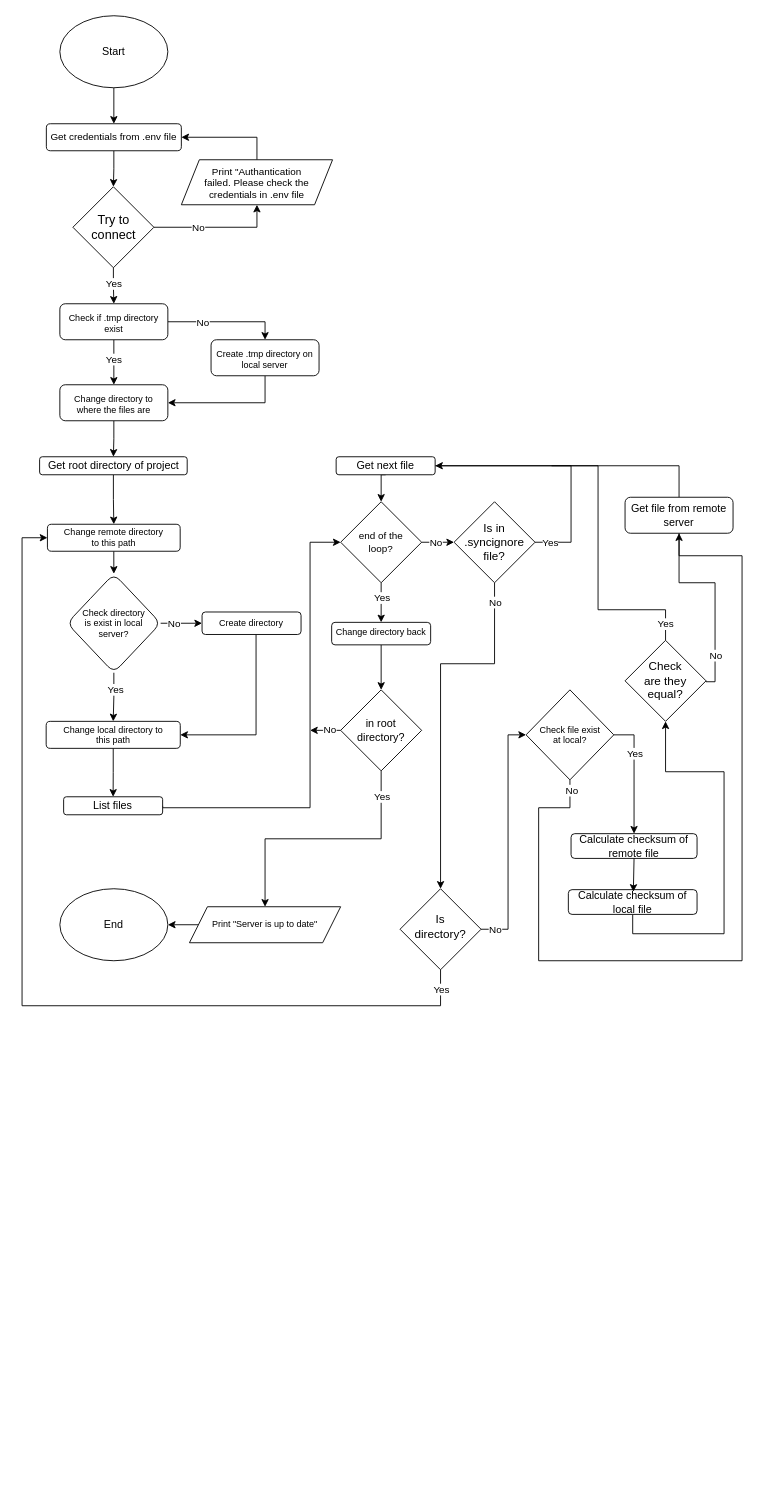
Before: sync.drawio in melihkaragoz/docs, a draw.io diagram. Source tidied: cells renumbered, new cells numbered last; positions are measured from the earlier drawing's top-left corner, leaving out a move shared by most shapes. Both pictures are drawn from the tidied source at 90%, with x=0, y=0 at pixel (22, 15).
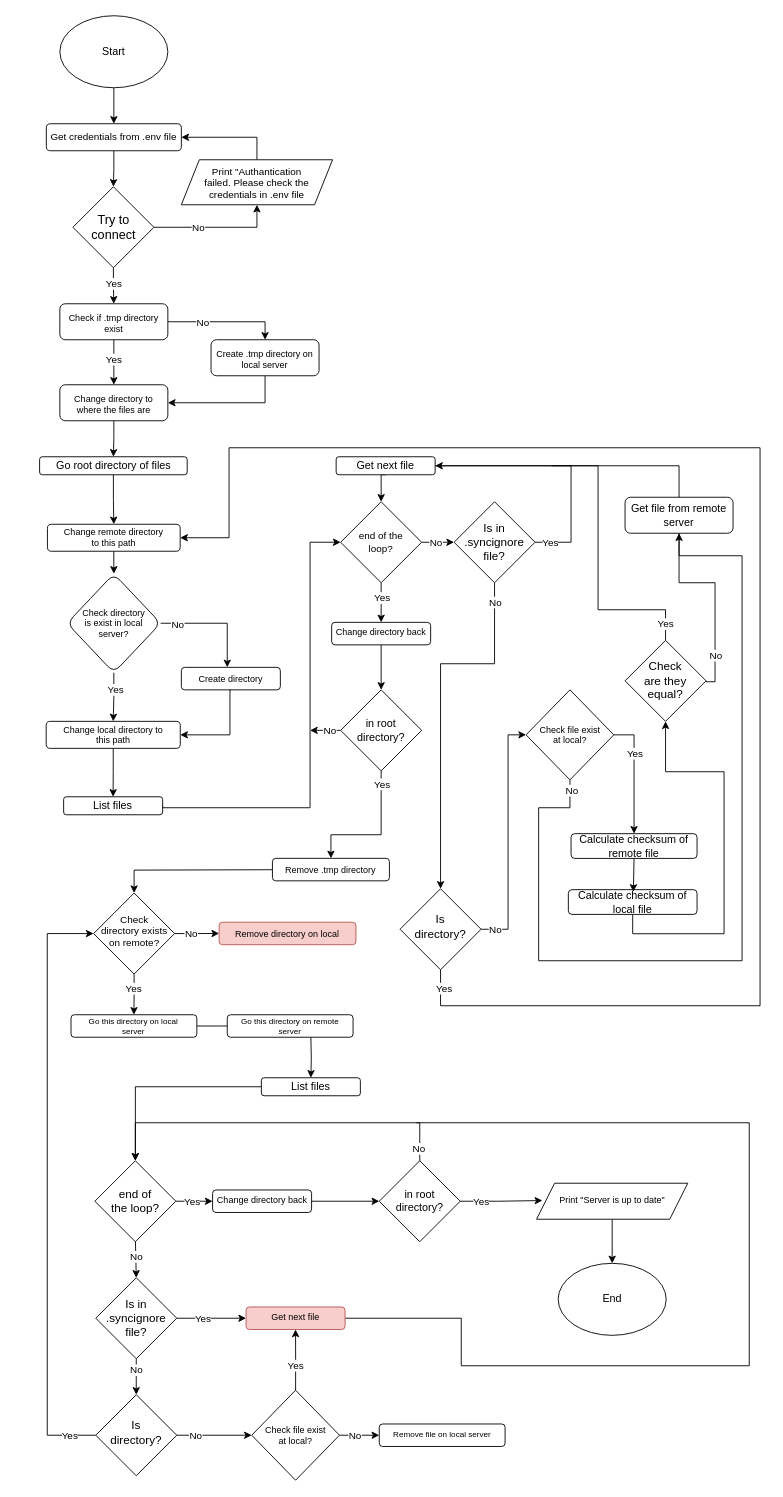
The same diagram, later.

Unchanged cells that the change refers to:
```xml
<mxCell id="54" value="Is directory?" style="rhombus;whiteSpace=wrap;html=1;fontSize=13;spacing=18;spacingBottom=6;" parent="1" vertex="1">
  <mxGeometry x="420" y="970" width="90" height="90" as="geometry" />
</mxCell>
<mxCell id="59" value="Check directory is exist in local server?" style="rhombus;whiteSpace=wrap;html=1;rounded=1;glass=0;strokeWidth=1;shadow=0;fontSize=10;spacing=15;" parent="1" vertex="1">
  <mxGeometry x="50" y="620" width="104" height="110" as="geometry" />
</mxCell>
<mxCell id="65" value="Change local directory to this path" style="whiteSpace=wrap;html=1;fontSize=10;rounded=1;glass=0;strokeWidth=1;shadow=0;spacing=15;" parent="1" vertex="1">
  <mxGeometry x="26.8" y="784" width="149" height="30" as="geometry" />
</mxCell>
<mxCell id="67" value="Change remote directory to this path" style="whiteSpace=wrap;html=1;fontSize=10;rounded=1;glass=0;strokeWidth=1;shadow=0;spacing=15;" parent="1" vertex="1">
  <mxGeometry x="28.2" y="565" width="147.5" height="30" as="geometry" />
</mxCell>
<mxCell id="72" style="edgeStyle=orthogonalEdgeStyle;rounded=0;jettySize=auto;html=1;exitX=0;exitY=0.5;exitDx=0;exitDy=0;endArrow=classic;endFill=1;" parent="1" edge="1" source="74">
  <mxGeometry relative="1" as="geometry">
    <mxPoint x="320" y="794" as="targetPoint" />
  </mxGeometry>
</mxCell>
<mxCell id="74" value="in root directory?" style="rhombus;whiteSpace=wrap;html=1;fontSize=12;spacing=11;" parent="1" vertex="1">
  <mxGeometry x="354" y="749" width="90" height="90" as="geometry" />
</mxCell>
```

What changed in the source:
```diff
@@
-    <mxCell id="16" value="Get root directory of project" style="rounded=1;whiteSpace=wrap;html=1;fontSize=12;glass=0;strokeWidth=1;shadow=0;" parent="1" vertex="1">
+    <mxCell id="16" value="Go root directory of files" style="rounded=1;whiteSpace=wrap;html=1;fontSize=12;glass=0;strokeWidth=1;shadow=0;" parent="1" vertex="1">
       <mxGeometry x="19.5" y="490" width="164" height="20" as="geometry" />
     </mxCell>
@@
     <mxCell id="22" value="End" style="ellipse;whiteSpace=wrap;html=1;" parent="1" vertex="1">
-      <mxGeometry x="42" y="970" width="120" height="80" as="geometry" />
+      <mxGeometry x="595.7" y="1386.2" width="120" height="80" as="geometry" />
     </mxCell>
@@
-    <mxCell id="50" style="edgeStyle=orthogonalEdgeStyle;rounded=0;jettySize=auto;html=1;exitX=0;exitY=0.5;exitDx=0;exitDy=0;entryX=1;entryY=0.5;entryDx=0;entryDy=0;" parent="1" edge="1" source="51" target="22">
+    <mxCell id="50" style="edgeStyle=orthogonalEdgeStyle;rounded=0;jettySize=auto;html=1;exitX=0.5;exitY=1;exitDx=0;exitDy=0;entryX=0.5;entryY=0;entryDx=0;entryDy=0;" parent="1" edge="1" source="51" target="22">
       <mxGeometry relative="1" as="geometry" />
     </mxCell>
     <mxCell id="51" value="Print &quot;Server is up to date&quot;" style="shape=parallelogram;perimeter=parallelogramPerimeter;fixedSize=1;align=center;fontSize=10;verticalAlign=middle;whiteSpace=wrap;html=1;fontFamily=Helvetica;fontStyle=0;spacingTop=2;spacing=21;spacingBottom=4;" parent="1" vertex="1">
-      <mxGeometry x="186" y="990" width="168" height="40" as="geometry" />
+      <mxGeometry x="571.7" y="1297.2" width="168" height="40" as="geometry" />
     </mxCell>
-    <mxCell id="52" style="edgeStyle=orthogonalEdgeStyle;rounded=0;jettySize=auto;html=1;entryX=0;entryY=0.5;entryDx=0;entryDy=0;exitX=0.5;exitY=1;exitDx=0;exitDy=0;" parent="1" edge="1" source="54" target="67">
+    <mxCell id="52" style="edgeStyle=orthogonalEdgeStyle;rounded=0;jettySize=auto;html=1;entryX=1;entryY=0.5;entryDx=0;entryDy=0;exitX=0.5;exitY=1;exitDx=0;exitDy=0;" parent="1" edge="1" source="54" target="67">
       <mxGeometry relative="1" as="geometry">
         <Array as="points">
           <mxPoint x="465" y="1100" />
-          <mxPoint y="1100" />
-          <mxPoint y="580" />
+          <mxPoint x="820" y="1100" />
+          <mxPoint x="820" y="480" />
+          <mxPoint x="230" y="480" />
+          <mxPoint x="230" y="580" />
         </Array>
       </mxGeometry>
     </mxCell>
     <mxCell id="53" value="Yes" style="edgeLabel;html=1;align=center;verticalAlign=middle;" parent="52" vertex="1">
       <mxGeometry x="-0.95" relative="1" as="geometry">
-        <mxPoint y="-5" as="offset" />
+        <mxPoint x="-1" y="-20" as="offset" />
       </mxGeometry>
     </mxCell>
@@
     <mxCell id="57" style="edgeStyle=orthogonalEdgeStyle;rounded=0;jettySize=auto;html=1;" parent="1" edge="1" source="59" target="61">
-      <mxGeometry relative="1" as="geometry" />
+      <mxGeometry relative="1" as="geometry">
+        <Array as="points">
+          <mxPoint x="228" y="675" />
+        </Array>
+      </mxGeometry>
     </mxCell>
     <mxCell id="58" value="No" style="edgeLabel;html=1;align=center;verticalAlign=middle;" parent="57" vertex="1">
       <mxGeometry x="-0.26" y="-2" relative="1" as="geometry">
-        <mxPoint x="-3" y="-2" as="offset" />
+        <mxPoint x="-28" y="-1" as="offset" />
       </mxGeometry>
     </mxCell>
@@
-    <mxCell id="60" style="edgeStyle=orthogonalEdgeStyle;rounded=0;jettySize=auto;html=1;entryX=1;entryY=0.5;entryDx=0;entryDy=0;" parent="1" edge="1" source="61" target="65">
+    <mxCell id="60" style="edgeStyle=orthogonalEdgeStyle;rounded=0;jettySize=auto;html=1;entryX=1;entryY=0.5;entryDx=0;entryDy=0;exitX=0.5;exitY=1;exitDx=0;exitDy=0;" parent="1" edge="1" source="61" target="65">
       <mxGeometry relative="1" as="geometry">
         <Array as="points">
-          <mxPoint x="260" y="799" />
+          <mxPoint x="231" y="799" />
         </Array>
       </mxGeometry>
     </mxCell>
     <mxCell id="61" value="Create directory" style="whiteSpace=wrap;html=1;fontSize=10;rounded=1;glass=0;strokeWidth=1;shadow=0;spacing=15;" parent="1" vertex="1">
-      <mxGeometry x="200" y="662.5" width="110" height="25" as="geometry" />
+      <mxGeometry x="177" y="724" width="110" height="25" as="geometry" />
     </mxCell>
@@
-    <mxCell id="70" style="edgeStyle=orthogonalEdgeStyle;rounded=0;jettySize=auto;html=1;exitX=0.5;exitY=1;exitDx=0;exitDy=0;entryX=0.5;entryY=0;entryDx=0;entryDy=0;" parent="1" edge="1" source="74" target="51">
-      <mxGeometry relative="1" as="geometry" />
+    <mxCell id="70" style="edgeStyle=orthogonalEdgeStyle;rounded=0;jettySize=auto;html=1;exitX=0.5;exitY=1;exitDx=0;exitDy=0;entryX=0.5;entryY=0;entryDx=0;entryDy=0;" parent="1" edge="1" source="74" target="81">
+      <mxGeometry relative="1" as="geometry">
+        <Array as="points">
+          <mxPoint x="399" y="910" />
+          <mxPoint x="343" y="910" />
+        </Array>
+      </mxGeometry>
     </mxCell>
     <mxCell id="71" value="Yes" style="edgeLabel;html=1;align=center;verticalAlign=middle;" parent="70" vertex="1">
       <mxGeometry x="-0.2" relative="1" as="geometry">
-        <mxPoint x="37" y="-47" as="offset" />
+        <mxPoint y="-47" as="offset" />
       </mxGeometry>
     </mxCell>
@@
     <mxCell id="73" value="No" style="edgeLabel;html=1;align=center;verticalAlign=middle;" parent="72" vertex="1">
       <mxGeometry x="-0.12" y="1" relative="1" as="geometry">
-        <mxPoint x="2" y="-2" as="offset" />
+        <mxPoint x="2" y="-1" as="offset" />
       </mxGeometry>
     </mxCell>
@@
+    <mxCell id="80" style="edgeStyle=orthogonalEdgeStyle;rounded=0;jettySize=auto;html=1;exitX=0;exitY=0.5;exitDx=0;exitDy=0;entryX=0.5;entryY=0;entryDx=0;entryDy=0;" parent="1" edge="1" target="86">
+      <mxGeometry relative="1" as="geometry">
+        <mxPoint x="301.2" y="948.8" as="sourcePoint" />
+      </mxGeometry>
+    </mxCell>
+    <mxCell id="81" value="Remove .tmp directory" style="whiteSpace=wrap;html=1;fontSize=10;rounded=1;glass=0;strokeWidth=1;shadow=0;spacing=15;" parent="1" vertex="1">
+      <mxGeometry x="278.2" y="936.2" width="130" height="25" as="geometry" />
+    </mxCell>
+    <mxCell id="82" style="edgeStyle=orthogonalEdgeStyle;rounded=0;jettySize=auto;html=1;exitX=1;exitY=0.5;exitDx=0;exitDy=0;entryX=0;entryY=0.5;entryDx=0;entryDy=0;" parent="1" edge="1" source="86" target="87">
+      <mxGeometry relative="1" as="geometry" />
+    </mxCell>
+    <mxCell id="83" value="No" style="edgeLabel;html=1;align=center;verticalAlign=middle;" parent="82" vertex="1">
+      <mxGeometry x="-0.26" y="2" relative="1" as="geometry">
+        <mxPoint y="2" as="offset" />
+      </mxGeometry>
+    </mxCell>
+    <mxCell id="84" style="edgeStyle=orthogonalEdgeStyle;rounded=0;jettySize=auto;html=1;exitX=0.5;exitY=1;exitDx=0;exitDy=0;entryX=0.5;entryY=0;entryDx=0;entryDy=0;" parent="1" edge="1" source="86" target="89">
+      <mxGeometry relative="1" as="geometry" />
+    </mxCell>
+    <mxCell id="85" value="Yes" style="edgeLabel;html=1;align=center;verticalAlign=middle;" parent="84" vertex="1">
+      <mxGeometry x="-0.3" y="1" relative="1" as="geometry">
+        <mxPoint x="-2" as="offset" />
+      </mxGeometry>
+    </mxCell>
+    <mxCell id="86" value="Check directory exists on remote?" style="rhombus;whiteSpace=wrap;html=1;fontSize=11;spacing=9;spacingBottom=6;spacingRight=0;" parent="1" vertex="1">
+      <mxGeometry x="79.5" y="974.8" width="90" height="90" as="geometry" />
+    </mxCell>
+    <mxCell id="87" value="Remove directory on local" style="whiteSpace=wrap;html=1;fontSize=10;rounded=1;glass=0;strokeWidth=1;shadow=0;spacing=15;fillColor=#f8cecc;strokeColor=#b85450;" parent="1" vertex="1">
+      <mxGeometry x="219" y="1007.2" width="152" height="25" as="geometry" />
+    </mxCell>
+    <mxCell id="88" style="edgeStyle=orthogonalEdgeStyle;rounded=0;jettySize=auto;html=1;exitX=1;exitY=0.5;exitDx=0;exitDy=0;entryX=0;entryY=0.5;entryDx=0;entryDy=0;" parent="1" edge="1" source="89">
+      <mxGeometry relative="1" as="geometry">
+        <mxPoint x="251" y="1122.5" as="targetPoint" />
+      </mxGeometry>
+    </mxCell>
+    <mxCell id="89" value="Go this directory on local server" style="whiteSpace=wrap;html=1;fontSize=9;rounded=1;glass=0;strokeWidth=1;shadow=0;spacing=15;" parent="1" vertex="1">
+      <mxGeometry x="54.4" y="1110" width="139.8" height="25" as="geometry" />
+    </mxCell>
+    <mxCell id="90" style="edgeStyle=orthogonalEdgeStyle;rounded=0;jettySize=auto;html=1;exitX=0.5;exitY=1;exitDx=0;exitDy=0;entryX=0.5;entryY=0;entryDx=0;entryDy=0;" parent="1" edge="1" target="93">
+      <mxGeometry relative="1" as="geometry">
+        <mxPoint x="320.9" y="1135" as="sourcePoint" />
+      </mxGeometry>
+    </mxCell>
+    <mxCell id="91" value="Go this directory on remote server" style="whiteSpace=wrap;html=1;fontSize=9;rounded=1;glass=0;strokeWidth=1;shadow=0;spacing=15;" parent="1" vertex="1">
+      <mxGeometry x="228" y="1110" width="139.8" height="25" as="geometry" />
+    </mxCell>
+    <mxCell id="92" style="edgeStyle=orthogonalEdgeStyle;rounded=0;jettySize=auto;html=1;exitX=0;exitY=0.5;exitDx=0;exitDy=0;entryX=0.5;entryY=0;entryDx=0;entryDy=0;" parent="1" edge="1" source="93" target="114">
+      <mxGeometry relative="1" as="geometry" />
+    </mxCell>
+    <mxCell id="93" value="List files" style="rounded=1;whiteSpace=wrap;html=1;fontSize=12;glass=0;strokeWidth=1;shadow=0;" parent="1" vertex="1">
+      <mxGeometry x="265.9" y="1180" width="110" height="20" as="geometry" />
+    </mxCell>
+    <mxCell id="94" style="edgeStyle=orthogonalEdgeStyle;rounded=0;jettySize=auto;html=1;exitX=0.5;exitY=1;exitDx=0;exitDy=0;entryX=0.5;entryY=0;entryDx=0;entryDy=0;" parent="1" edge="1" source="98" target="103">
+      <mxGeometry relative="1" as="geometry" />
+    </mxCell>
+    <mxCell id="95" value="No" style="edgeLabel;html=1;align=center;verticalAlign=middle;" parent="94" vertex="1">
+      <mxGeometry x="-0.41" relative="1" as="geometry" />
+    </mxCell>
+    <mxCell id="96" style="edgeStyle=orthogonalEdgeStyle;rounded=0;jettySize=auto;html=1;exitX=1;exitY=0.5;exitDx=0;exitDy=0;entryX=0;entryY=0.5;entryDx=0;entryDy=0;" parent="1" edge="1" source="98" target="123">
+      <mxGeometry relative="1" as="geometry" />
+    </mxCell>
+    <mxCell id="97" value="Yes" style="edgeLabel;html=1;align=center;verticalAlign=middle;" parent="96" vertex="1">
+      <mxGeometry x="-0.26" relative="1" as="geometry">
+        <mxPoint x="1" as="offset" />
+      </mxGeometry>
+    </mxCell>
+    <mxCell id="98" value="Is in .syncignore file?" style="rhombus;whiteSpace=wrap;html=1;fontSize=13;spacing=18;" parent="1" vertex="1">
+      <mxGeometry x="81.9" y="1402.2" width="90" height="90" as="geometry" />
+    </mxCell>
+    <mxCell id="99" style="edgeStyle=orthogonalEdgeStyle;rounded=0;jettySize=auto;html=1;exitX=0;exitY=0.5;exitDx=0;exitDy=0;entryX=0;entryY=0.5;entryDx=0;entryDy=0;" parent="1" edge="1" source="103" target="86">
+      <mxGeometry relative="1" as="geometry">
+        <Array as="points">
+          <mxPoint x="28" y="1577" />
+          <mxPoint x="28" y="1020" />
+        </Array>
+      </mxGeometry>
+    </mxCell>
+    <mxCell id="100" value="Yes" style="edgeLabel;html=1;align=center;verticalAlign=middle;" parent="99" vertex="1">
+      <mxGeometry x="-0.91" y="1" relative="1" as="geometry">
+        <mxPoint x="1" y="-1" as="offset" />
+      </mxGeometry>
+    </mxCell>
+    <mxCell id="101" style="edgeStyle=orthogonalEdgeStyle;rounded=0;jettySize=auto;html=1;exitX=1;exitY=0.5;exitDx=0;exitDy=0;entryX=0;entryY=0.5;entryDx=0;entryDy=0;" parent="1" edge="1" source="103" target="108">
+      <mxGeometry relative="1" as="geometry" />
+    </mxCell>
+    <mxCell id="102" value="No" style="edgeLabel;html=1;align=center;verticalAlign=middle;" parent="101" vertex="1">
+      <mxGeometry x="-0.02" relative="1" as="geometry">
+        <mxPoint x="-20" as="offset" />
+      </mxGeometry>
+    </mxCell>
+    <mxCell id="103" value="Is directory?" style="rhombus;whiteSpace=wrap;html=1;fontSize=13;spacing=18;spacingBottom=6;" parent="1" vertex="1">
+      <mxGeometry x="81.9" y="1532.2" width="90" height="90" as="geometry" />
+    </mxCell>
+    <mxCell id="104" style="edgeStyle=orthogonalEdgeStyle;rounded=0;jettySize=auto;html=1;exitX=0.5;exitY=0;exitDx=0;exitDy=0;entryX=0.5;entryY=1;entryDx=0;entryDy=0;" parent="1" edge="1" source="108" target="123">
+      <mxGeometry relative="1" as="geometry" />
+    </mxCell>
+    <mxCell id="105" value="Yes" style="edgeLabel;html=1;align=center;verticalAlign=middle;" parent="104" vertex="1">
+      <mxGeometry x="-0.17" relative="1" as="geometry" />
+    </mxCell>
+    <mxCell id="106" style="edgeStyle=orthogonalEdgeStyle;rounded=0;jettySize=auto;html=1;exitX=1;exitY=0.5;exitDx=0;exitDy=0;entryX=0;entryY=0.5;entryDx=0;entryDy=0;" parent="1" edge="1" source="108" target="109">
+      <mxGeometry relative="1" as="geometry" />
+    </mxCell>
+    <mxCell id="107" value="No" style="edgeLabel;html=1;align=center;verticalAlign=middle;" parent="106" vertex="1">
+      <mxGeometry x="-0.24" relative="1" as="geometry" />
+    </mxCell>
+    <mxCell id="108" value="Check file exist at local?" style="rhombus;whiteSpace=wrap;html=1;fontSize=10;spacing=13;" parent="1" vertex="1">
+      <mxGeometry x="255.2" y="1527.2" width="97.5" height="100" as="geometry" />
+    </mxCell>
+    <mxCell id="109" value="Remove file on local server" style="whiteSpace=wrap;html=1;fontSize=9;rounded=1;glass=0;strokeWidth=1;shadow=0;spacing=15;" parent="1" vertex="1">
+      <mxGeometry x="396.9" y="1564.7" width="139.8" height="25" as="geometry" />
+    </mxCell>
+    <mxCell id="110" style="edgeStyle=orthogonalEdgeStyle;rounded=0;jettySize=auto;html=1;exitX=0.5;exitY=1;exitDx=0;exitDy=0;entryX=0.5;entryY=0;entryDx=0;entryDy=0;" parent="1" edge="1" target="98">
+      <mxGeometry relative="1" as="geometry">
+        <mxPoint x="125.9" y="1357.2" as="sourcePoint" />
+      </mxGeometry>
+    </mxCell>
+    <mxCell id="111" value="No" style="edgeLabel;html=1;align=center;verticalAlign=middle;" parent="110" vertex="1">
+      <mxGeometry x="-0.08" y="1" relative="1" as="geometry">
+        <mxPoint x="-1" as="offset" />
+      </mxGeometry>
+    </mxCell>
+    <mxCell id="112" style="edgeStyle=orthogonalEdgeStyle;rounded=0;jettySize=auto;html=1;exitX=1;exitY=0.5;exitDx=0;exitDy=0;entryX=0;entryY=0.5;entryDx=0;entryDy=0;" parent="1" edge="1" source="114" target="116">
+      <mxGeometry relative="1" as="geometry" />
+    </mxCell>
+    <mxCell id="113" value="Yes" style="edgeLabel;html=1;align=center;verticalAlign=middle;" parent="112" vertex="1">
+      <mxGeometry x="-0.14" y="1" relative="1" as="geometry">
+        <mxPoint y="1" as="offset" />
+      </mxGeometry>
+    </mxCell>
+    <mxCell id="114" value="end of the loop?" style="rhombus;whiteSpace=wrap;html=1;fontSize=13;spacing=18;" parent="1" vertex="1">
+      <mxGeometry x="80.9" y="1272.2" width="90" height="90" as="geometry" />
+    </mxCell>
+    <mxCell id="115" style="edgeStyle=orthogonalEdgeStyle;rounded=0;jettySize=auto;html=1;exitX=1;exitY=0.5;exitDx=0;exitDy=0;entryX=0;entryY=0.5;entryDx=0;entryDy=0;" parent="1" edge="1" source="116" target="119">
+      <mxGeometry relative="1" as="geometry" />
+    </mxCell>
+    <mxCell id="116" value="Change directory back" style="whiteSpace=wrap;html=1;fontSize=10;rounded=1;glass=0;strokeWidth=1;shadow=0;spacing=2;spacingBottom=3;" parent="1" vertex="1">
+      <mxGeometry x="211.7" y="1304.7" width="110" height="25" as="geometry" />
+    </mxCell>
+    <mxCell id="117" style="edgeStyle=orthogonalEdgeStyle;rounded=0;jettySize=auto;html=1;exitX=0.5;exitY=0;exitDx=0;exitDy=0;entryX=0.5;entryY=0;entryDx=0;entryDy=0;" parent="1" edge="1" source="119" target="114">
+      <mxGeometry relative="1" as="geometry">
+        <Array as="points">
+          <mxPoint x="442" y="1230" />
+          <mxPoint x="126" y="1230" />
+        </Array>
+      </mxGeometry>
+    </mxCell>
+    <mxCell id="118" value="No" style="edgeLabel;html=1;align=center;verticalAlign=middle;" parent="117" vertex="1">
+      <mxGeometry x="-0.91" y="2" relative="1" as="geometry">
+        <mxPoint x="1" y="4" as="offset" />
+      </mxGeometry>
+    </mxCell>
+    <mxCell id="119" value="in root directory?" style="rhombus;whiteSpace=wrap;html=1;fontSize=12;spacing=11;" parent="1" vertex="1">
+      <mxGeometry x="396.9" y="1272.2" width="90" height="90" as="geometry" />
+    </mxCell>
+    <mxCell id="120" style="edgeStyle=orthogonalEdgeStyle;rounded=0;jettySize=auto;html=1;exitX=1;exitY=0.5;exitDx=0;exitDy=0;entryX=0.038;entryY=0.481;entryDx=0;entryDy=0;entryPerimeter=0;" parent="1" edge="1" source="119" target="51">
+      <mxGeometry relative="1" as="geometry" />
+    </mxCell>
+    <mxCell id="121" value="Yes" style="edgeLabel;html=1;align=center;verticalAlign=middle;" parent="120" vertex="1">
+      <mxGeometry x="-0.26" y="1" relative="1" as="geometry">
+        <mxPoint x="-11" y="1" as="offset" />
+      </mxGeometry>
+    </mxCell>
+    <mxCell id="122" style="edgeStyle=orthogonalEdgeStyle;rounded=0;jettySize=auto;html=1;exitX=1;exitY=0.5;exitDx=0;exitDy=0;endArrow=none;endFill=0;" parent="1" edge="1" source="123">
+      <mxGeometry relative="1" as="geometry">
+        <mxPoint x="438" y="1230" as="targetPoint" />
+        <Array as="points">
+          <mxPoint x="488" y="1447" />
+          <mxPoint x="488" y="1500" />
+          <mxPoint x="808" y="1500" />
+          <mxPoint x="808" y="1230" />
+        </Array>
+      </mxGeometry>
+    </mxCell>
+    <mxCell id="123" value="Get next file" style="whiteSpace=wrap;html=1;fontSize=10;rounded=1;glass=0;strokeWidth=1;shadow=0;spacing=2;spacingBottom=3;fillColor=#f8cecc;strokeColor=#b85450;" parent="1" vertex="1">
+      <mxGeometry x="248.9" y="1434.7" width="110" height="25" as="geometry" />
+    </mxCell>
```
